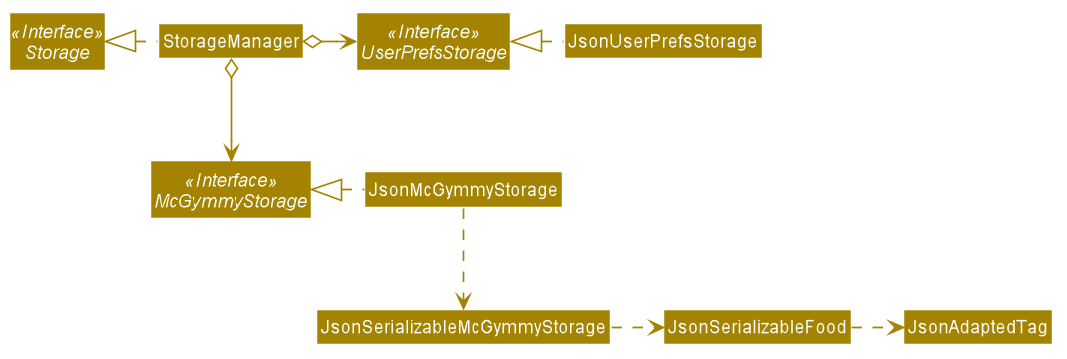
Earlier version of the PlantUML export docs/images/StorageClassDiagram.png (nus-cs2103-AY2021S1/tp).
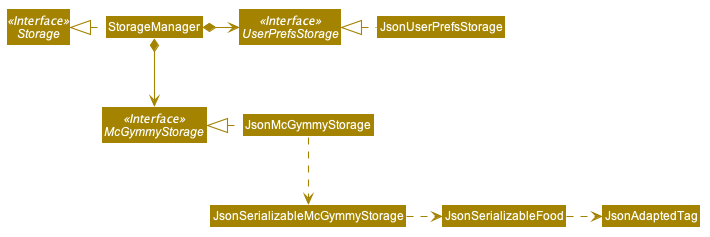
The same diagram one commit later.

Commit message:
rerender uml diagrams

Diff of the diagram source:
```diff
@@ -60,8 +60,8 @@
 Class JsonMcGymmyStorage
 
 StorageManager .left.|> Storage
-StorageManager o-right-> UserPrefsStorage
-StorageManager o--> McGymmyStorage
+StorageManager *-right-> UserPrefsStorage
+StorageManager *--> McGymmyStorage
 
 JsonUserPrefsStorage .left.|> UserPrefsStorage
 JsonMcGymmyStorage .left.|> McGymmyStorage
```
